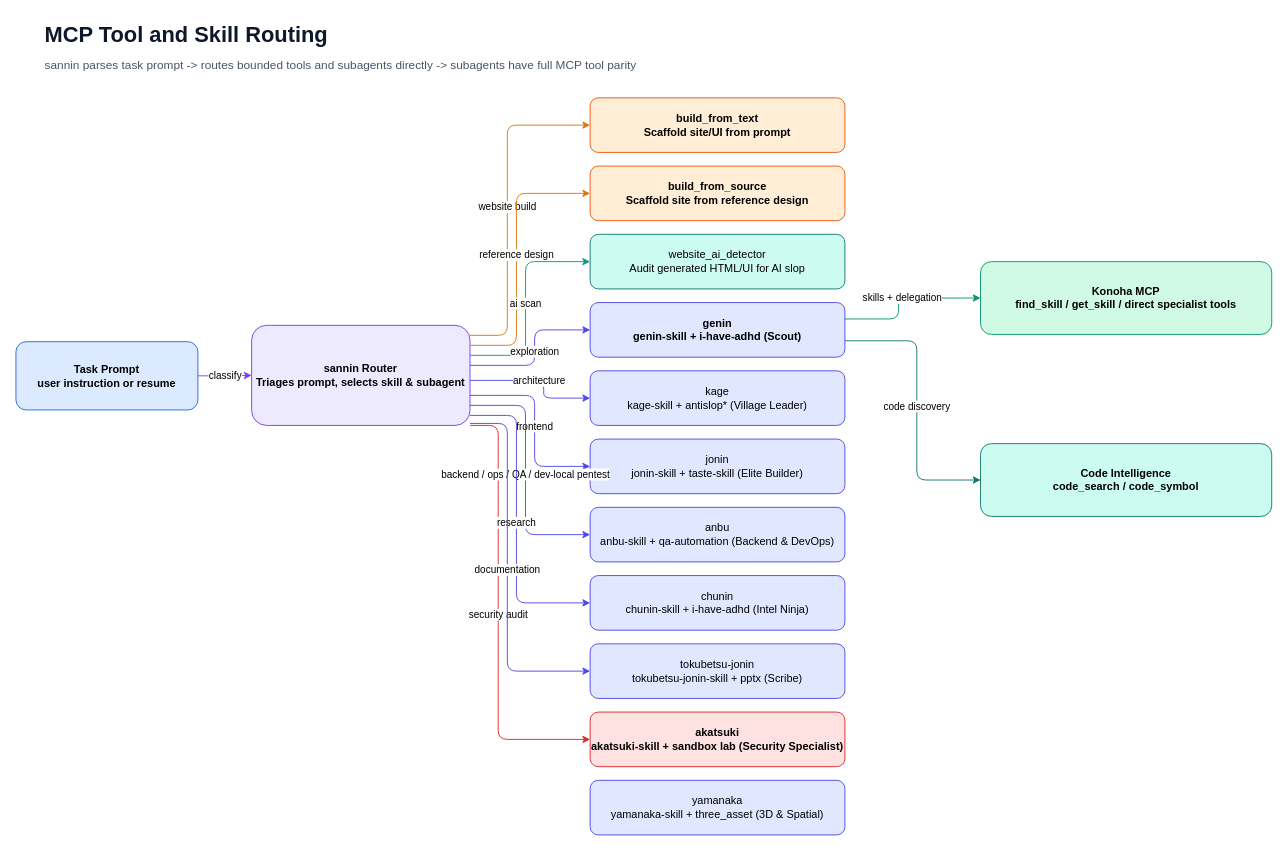
The draw.io diagram page "03 MCP Tool and Skill Routing" (3 of 18) of docs/diagrams/konoha-architecture.drawio in andycungkrinx91/konoha, before the edit. Source tidied: cells renumbered, new cells numbered last; positions are measured from the earlier drawing's top-left corner, leaving out a move shared by most shapes. Both pictures are drawn from the tidied source at 91%, with x=0, y=0 at pixel (15, 15).
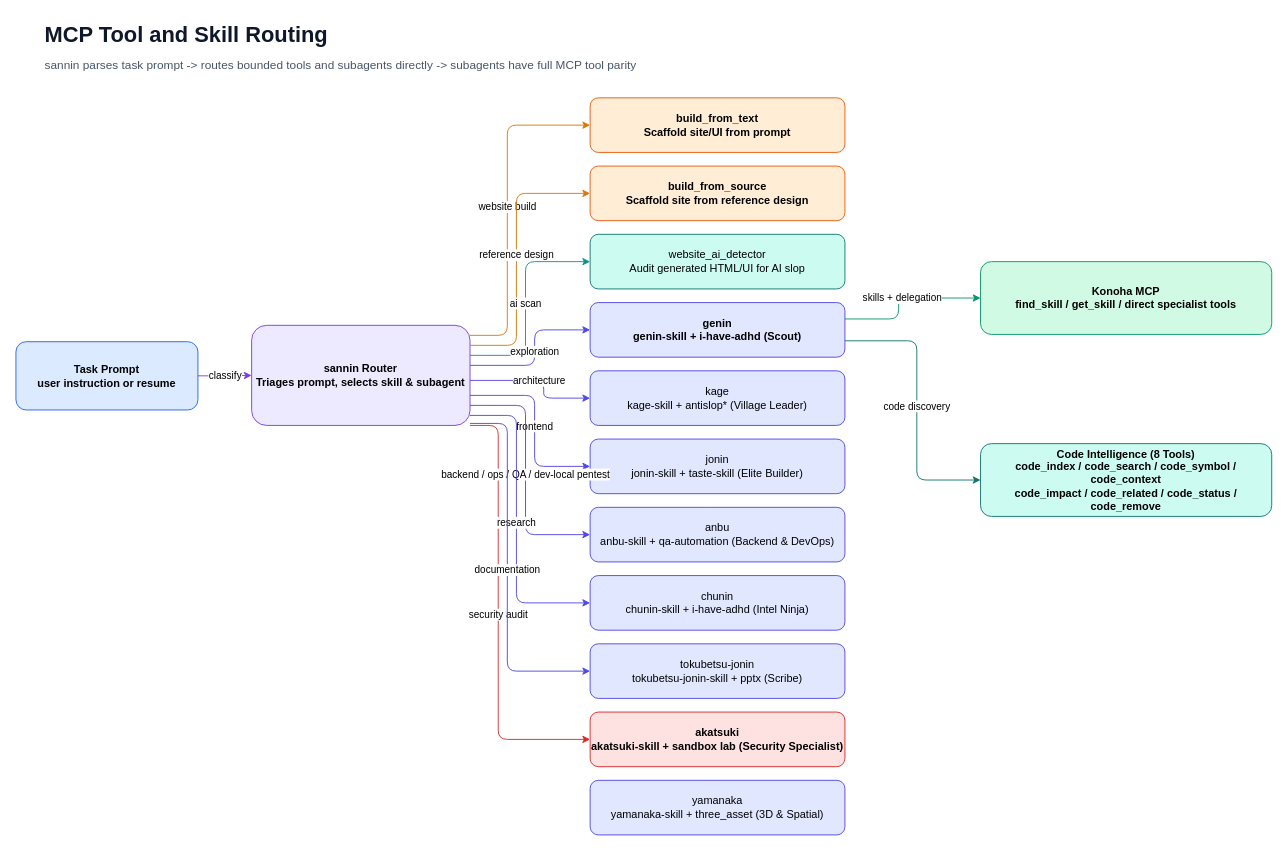
The same diagram, later.

What changed in the source:
```diff
@@
-    <mxCell id="19" value="Code Intelligence&#10;code_search / code_symbol" style="rounded=1;html=1;whiteSpace=wrap;fillColor=#ccfbf1;strokeColor=#0f766e;fontStyle=1;overflow=visible;" parent="1" vertex="1">
+    <mxCell id="19" value="Code Intelligence (8 Tools)&#10;code_index / code_search / code_symbol / code_context&#10;code_impact / code_related / code_status / code_remove" style="rounded=1;html=1;whiteSpace=wrap;fillColor=#ccfbf1;strokeColor=#0f766e;fontStyle=1;overflow=visible;" parent="1" vertex="1">
       <mxGeometry x="1060" y="470" width="320" height="80" as="geometry" />
     </mxCell>
```
